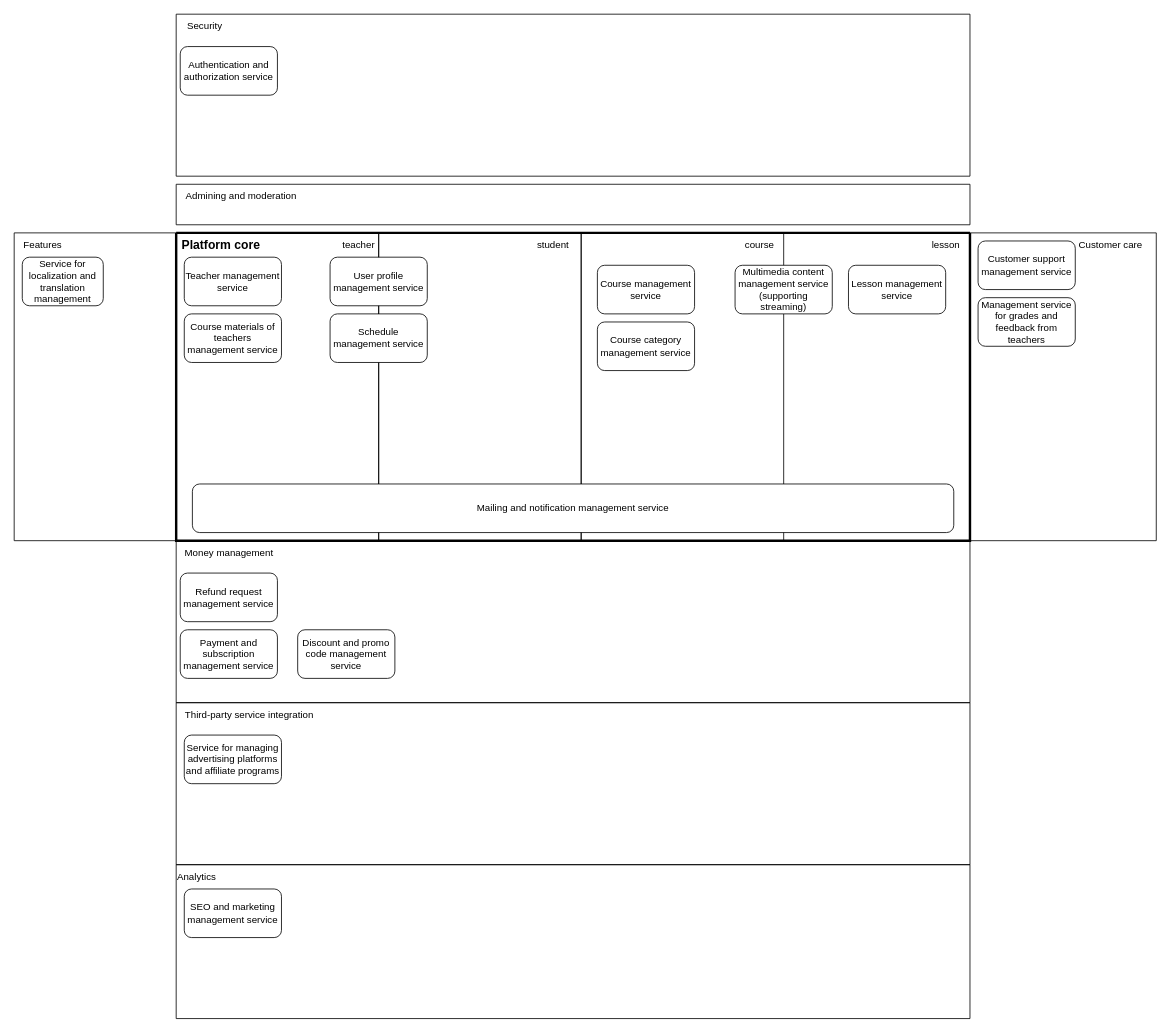
chatter-platform/architecture keeps this draw.io diagram as chatter.drawio. Above is the earlier version. Source tidied: cells renumbered, new cells numbered last; positions are measured from the earlier drawing's top-left corner, leaving out a move shared by most shapes. Both pictures are drawn from the tidied source at 81%, with x=0, y=0 at pixel (14, 14).
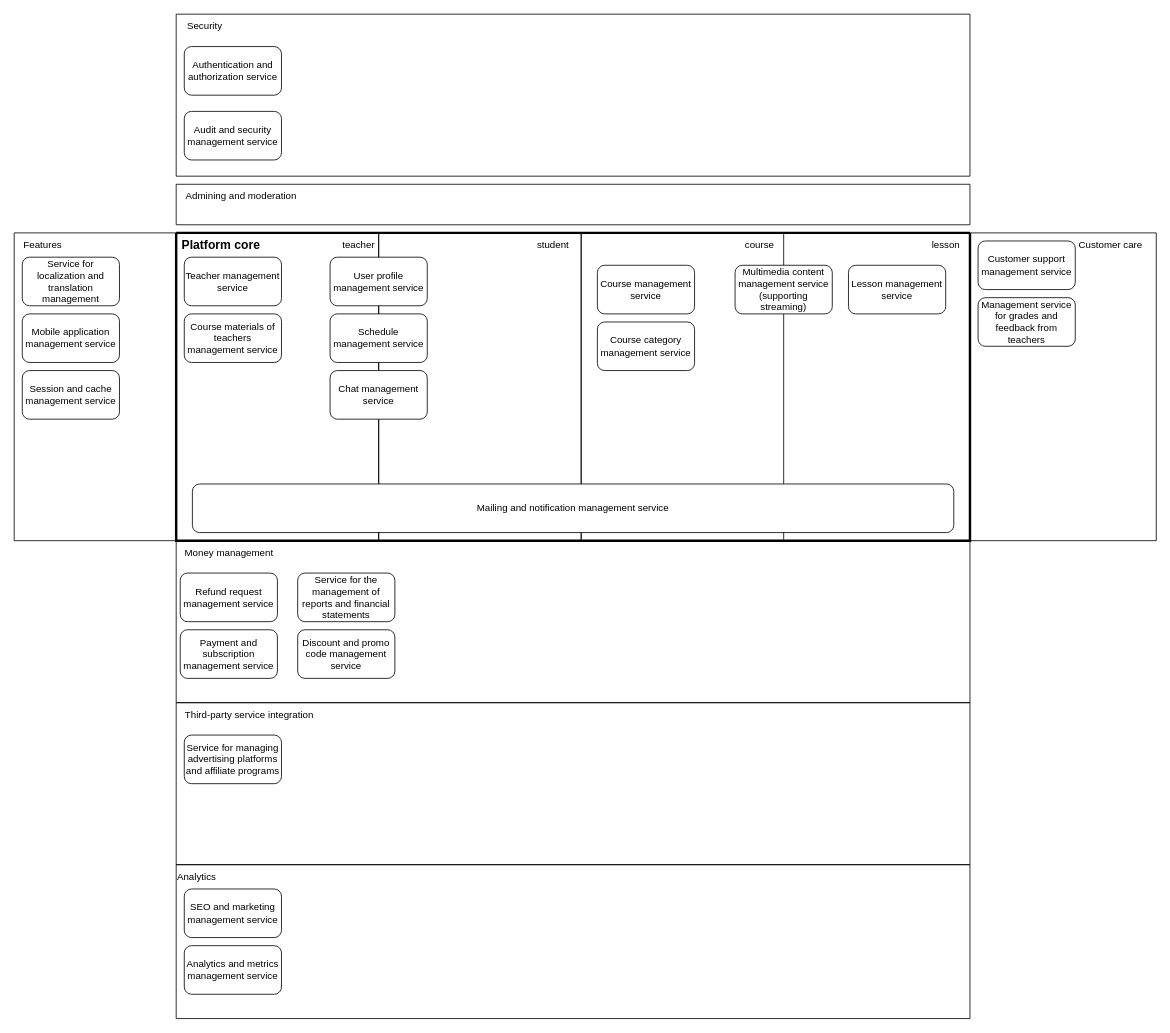
The same diagram, later.

The change refers to these unchanged cells:
```xml
<mxCell id="2" style="swimlane;startSize=0;" parent="1" vertex="1">
  <mxGeometry x="200" width="980" height="200" as="geometry" />
</mxCell>
<mxCell id="14" style="swimlane;startSize=0;" parent="11" vertex="1">
  <mxGeometry x="-200" width="200" height="380" as="geometry" />
</mxCell>
<mxCell id="17" style="swimlane;startSize=0;" parent="9" vertex="1">
  <mxGeometry x="250" width="250" height="380" as="geometry" />
</mxCell>
<mxCell id="32" style="swimlane;startSize=0;" parent="1" vertex="1">
  <mxGeometry x="200" y="650" width="980" height="200" as="geometry" />
</mxCell>
<mxCell id="37" style="swimlane;startSize=0;" parent="1" vertex="1">
  <mxGeometry x="200" y="1050" width="980" height="190" as="geometry" />
</mxCell>
```

The edit, as a diff of the source:
```diff
@@
     <mxCell id="3" value="Authentication and authorization service" style="rounded=1;whiteSpace=wrap;html=1;" parent="2" vertex="1">
-      <mxGeometry x="5" y="40" width="120" height="60" as="geometry" />
+      <mxGeometry x="10" y="40" width="120" height="60" as="geometry" />
     </mxCell>
@@
+    <mxCell id="43" value="Audit and security management service" style="rounded=1;whiteSpace=wrap;html=1;" parent="2" vertex="1">
+      <mxGeometry x="10" y="120" width="120" height="60" as="geometry" />
+    </mxCell>
@@
     <mxCell id="16" value="Service for localization and translation management" style="rounded=1;whiteSpace=wrap;html=1;" parent="14" vertex="1">
-      <mxGeometry x="10" y="30" width="100" height="60" as="geometry" />
+      <mxGeometry x="10" y="30" width="120" height="60" as="geometry" />
     </mxCell>
+    <mxCell id="44" value="Mobile application management service" style="rounded=1;whiteSpace=wrap;html=1;" parent="14" vertex="1">
+      <mxGeometry x="10" y="100" width="120" height="60" as="geometry" />
+    </mxCell>
+    <mxCell id="45" value="Session and cache management service" style="rounded=1;whiteSpace=wrap;html=1;" parent="14" vertex="1">
+      <mxGeometry x="10" y="170" width="120" height="60" as="geometry" />
+    </mxCell>
@@
+    <mxCell id="46" value="Chat management service" style="rounded=1;whiteSpace=wrap;html=1;" parent="17" vertex="1">
+      <mxGeometry x="-60" y="170" width="120" height="60" as="geometry" />
+    </mxCell>
@@
+    <mxCell id="47" value="Service for the management of reports and financial statements" style="rounded=1;whiteSpace=wrap;html=1;" parent="32" vertex="1">
+      <mxGeometry x="150" y="40" width="120" height="60" as="geometry" />
+    </mxCell>
@@
+    <mxCell id="48" value="Analytics and metrics management service" style="rounded=1;whiteSpace=wrap;html=1;" parent="37" vertex="1">
+      <mxGeometry x="10" y="100" width="120" height="60" as="geometry" />
+    </mxCell>
```
